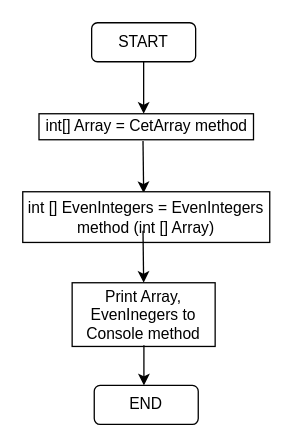
Earlier version of the draw.io diagram 2021/BlockDiagram/Base_diagram.drawio (AbubakirovRA/FinalWork2021). Source tidied: cells renumbered, new cells numbered last; positions are measured from the earlier drawing's top-left corner, leaving out a move shared by most shapes. Both pictures are drawn from the tidied source at 130%, with x=0, y=0 at pixel (22, 22).
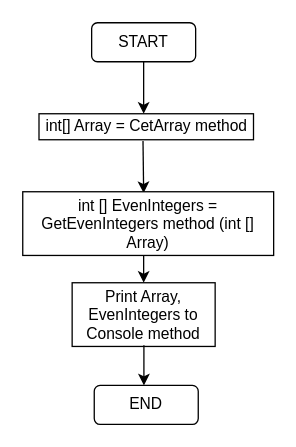
After the change.

Commit message (it also covers changes not shown here):
rename getevenintegers method fix diagrams bags

Diff of the diagram source:
```diff
@@
 <mxGraphModel>
   <root>
     <mxCell id="0" />
     <mxCell id="1" parent="0" />
     <mxCell id="2" value="START" style="rounded=1;whiteSpace=wrap;html=1;" parent="1" vertex="1">
       <mxGeometry x="53" width="80" height="30" as="geometry" />
     </mxCell>
     <mxCell id="3" style="endArrow=classic;html=1;exitX=0.5;exitY=1;exitDx=0;exitDy=0;" parent="1" edge="1" source="2">
       <mxGeometry relative="1" as="geometry">
         <mxPoint x="93" y="70" as="targetPoint" />
       </mxGeometry>
     </mxCell>
     <mxCell id="4" value="int[] Array = CetArray method" style="rounded=0;whiteSpace=wrap;html=1;" parent="1" vertex="1">
       <mxGeometry x="12.5" y="70" width="165" height="20" as="geometry" />
     </mxCell>
     <mxCell id="5" style="endArrow=classic;html=1;exitX=0.5;exitY=1;exitDx=0;exitDy=0;" parent="1" edge="1">
       <mxGeometry relative="1" as="geometry">
         <mxPoint x="92.5" y="91" as="sourcePoint" />
         <mxPoint x="92.5" y="131" as="targetPoint" />
         <Array as="points">
           <mxPoint x="93" y="131" />
         </Array>
       </mxGeometry>
     </mxCell>
-    <mxCell id="6" value="int [] EvenIntegers = EvenIntegers method (int [] Array)" style="rounded=0;whiteSpace=wrap;html=1;" parent="1" vertex="1">
-      <mxGeometry y="130" width="190" height="39" as="geometry" />
+    <mxCell id="6" value="int [] EvenIntegers = GetEvenIntegers method (int [] Array)" style="rounded=0;whiteSpace=wrap;html=1;" parent="1" vertex="1">
+      <mxGeometry y="130" width="193" height="49" as="geometry" />
     </mxCell>
-    <mxCell id="7" value="Print Array, EvenInegers to Console method" style="rounded=0;whiteSpace=wrap;html=1;" parent="1" vertex="1">
+    <mxCell id="7" value="Print Array, EvenIntegers to Console method" style="rounded=0;whiteSpace=wrap;html=1;" parent="1" vertex="1">
       <mxGeometry x="38" y="200" width="110" height="49" as="geometry" />
     </mxCell>
-    <mxCell id="8" style="endArrow=classic;html=1;exitX=0.5;exitY=1;exitDx=0;exitDy=0;" parent="1" edge="1">
+    <mxCell id="8" style="endArrow=classic;html=1;" parent="1" edge="1">
       <mxGeometry relative="1" as="geometry">
-        <mxPoint x="92.5" y="160" as="sourcePoint" />
+        <mxPoint x="93" y="179" as="sourcePoint" />
         <mxPoint x="92.5" y="200" as="targetPoint" />
         <Array as="points">
           <mxPoint x="93" y="200" />
         </Array>
       </mxGeometry>
     </mxCell>
     <mxCell id="9" value="END" style="rounded=1;whiteSpace=wrap;html=1;" parent="1" vertex="1">
       <mxGeometry x="55" y="279" width="80" height="30" as="geometry" />
     </mxCell>
     <mxCell id="10" style="endArrow=classic;html=1;" parent="1" edge="1">
       <mxGeometry relative="1" as="geometry">
         <mxPoint x="93.2" y="248" as="sourcePoint" />
         <mxPoint x="92.8" y="279" as="targetPoint" />
         <Array as="points">
           <mxPoint x="93.2" y="279" />
         </Array>
       </mxGeometry>
     </mxCell>
   </root>
 </mxGraphModel>
```
